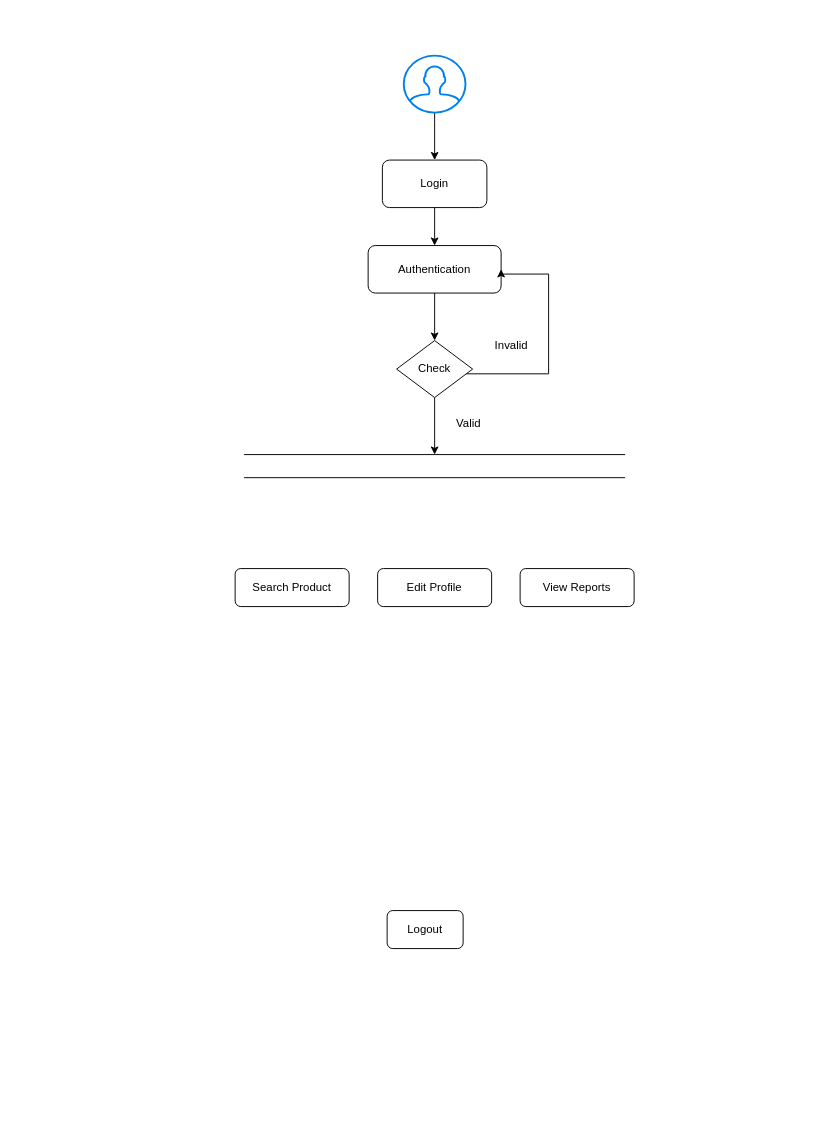
qosimjon123/example keeps this draw.io diagram as Диаграмма без названия.drawio. Above is the earlier version. Source tidied: cells renumbered, new cells numbered last; positions are measured from the earlier drawing's top-left corner, leaving out a move shared by most shapes. Both pictures are drawn from the tidied source at 95%, with x=0, y=0 at pixel (235, 55).
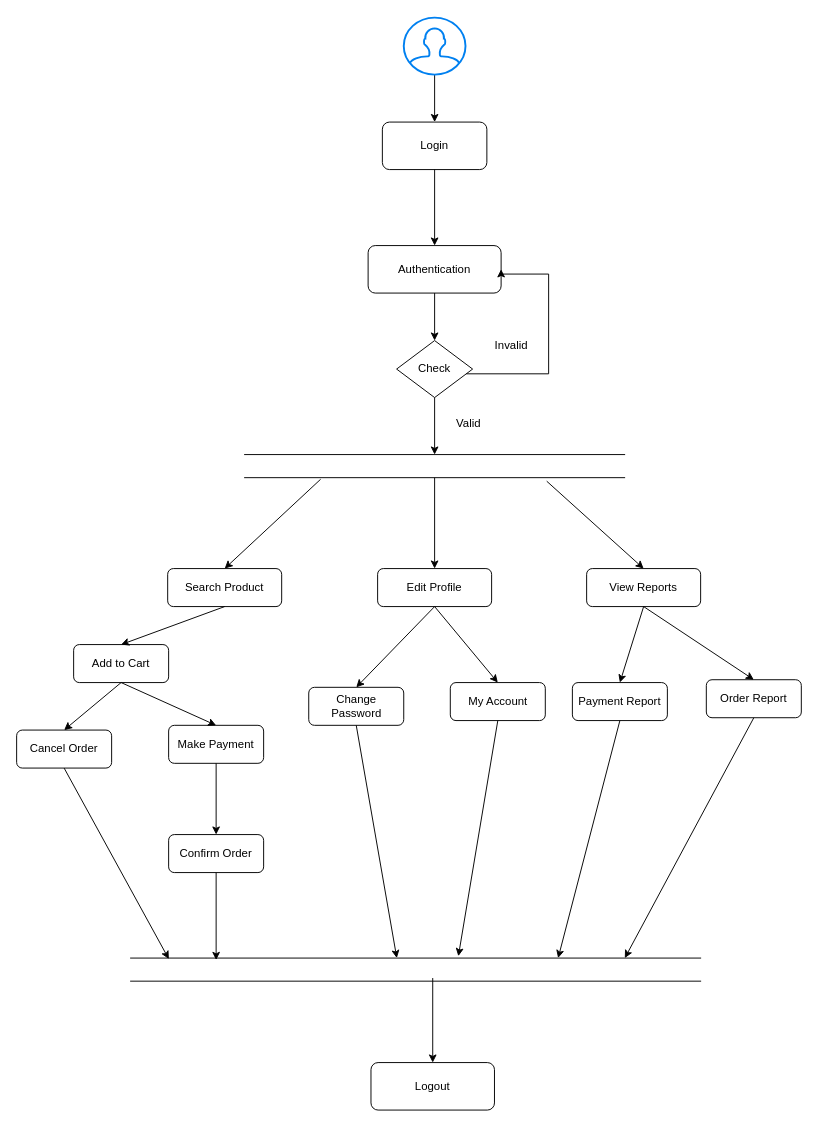
After the change.

The change refers to these unchanged cells:
```xml
<mxCell id="3" value="Authentication" style="rounded=1;whiteSpace=wrap;fillColor=#FFFFFF;strokeColor=#000000;" parent="1" vertex="1">
  <mxGeometry x="140" y="200" width="140" height="50" as="geometry" />
</mxCell>
<mxCell id="5" value="Check" style="rhombus;whiteSpace=wrap;fillColor=#FFFFFF;strokeColor=#000000;" parent="1" vertex="1">
  <mxGeometry x="170" y="300" width="80" height="60" as="geometry" />
</mxCell>
<mxCell id="7" value="Edit Profile" style="rounded=1;whiteSpace=wrap;fillColor=#FFFFFF;strokeColor=#000000;" parent="1" vertex="1">
  <mxGeometry x="150" y="540" width="120" height="40" as="geometry" />
</mxCell>
<mxCell id="19" style="shape=partialRectangle;whiteSpace=wrap;html=1;left=0;right=0;fillColor=none;" parent="1" vertex="1">
  <mxGeometry x="10" y="420" width="400" height="24.3" as="geometry" />
</mxCell>
```

The edit, as a diff of the source:
```diff
@@
     <mxCell id="2" value="Login" style="rounded=1;whiteSpace=wrap;fillColor=#FFFFFF;strokeColor=#000000;" parent="1" vertex="1">
-      <mxGeometry x="155" y="110" width="110" height="50" as="geometry" />
+      <mxGeometry x="155" y="70" width="110" height="50" as="geometry" />
     </mxCell>
@@
-    <mxCell id="4" style="edgeStyle=orthogonalEdgeStyle;rounded=0;jettySize=auto;html=1;exitX=0.5;exitY=1;exitDx=0;exitDy=0;entryX=0.5;entryY=0;entryDx=0;entryDy=0;" parent="1" edge="1" source="5" target="19">
-      <mxGeometry relative="1" as="geometry" />
-    </mxCell>
@@
-    <mxCell id="6" value="Search Product" style="rounded=1;whiteSpace=wrap;fillColor=#FFFFFF;strokeColor=#000000;" parent="1" vertex="1">
-      <mxGeometry y="540" width="120" height="40" as="geometry" />
+    <mxCell id="6" value="Search Product" style="rounded=1;whiteSpace=wrap;fillColor=#FFFFFF;strokeColor=#000000;rotation=0;glass=0;" parent="1" vertex="1">
+      <mxGeometry x="-71" y="540" width="120" height="40" as="geometry" />
     </mxCell>
@@
     <mxCell id="8" value="View Reports" style="rounded=1;whiteSpace=wrap;fillColor=#FFFFFF;strokeColor=#000000;" parent="1" vertex="1">
-      <mxGeometry x="300" y="540" width="120" height="40" as="geometry" />
+      <mxGeometry x="370" y="540" width="120" height="40" as="geometry" />
     </mxCell>
     <mxCell id="9" value="Logout" style="rounded=1;whiteSpace=wrap;fillColor=#FFFFFF;strokeColor=#000000;" parent="1" vertex="1">
-      <mxGeometry x="160" y="900" width="80" height="40" as="geometry" />
+      <mxGeometry x="143" y="1060" width="130" height="50" as="geometry" />
     </mxCell>
-    <mxCell id="10" parent="1" edge="1" source="2" target="3">
-      <mxGeometry relative="1" as="geometry" />
-    </mxCell>
-    <mxCell id="11" parent="1" edge="1" source="3" target="5">
-      <mxGeometry relative="1" as="geometry" />
-    </mxCell>
@@
     <mxCell id="13" style="html=1;verticalLabelPosition=bottom;align=center;labelBackgroundColor=#ffffff;verticalAlign=top;strokeWidth=2;strokeColor=#0080F0;shadow=0;dashed=0;shape=mxgraph.ios7.icons.user;" parent="1" vertex="1">
-      <mxGeometry x="177.5" width="65" height="60" as="geometry" />
+      <mxGeometry x="177.5" y="-40" width="65" height="60" as="geometry" />
     </mxCell>
@@
     <mxCell id="17" style="edgeStyle=orthogonalEdgeStyle;rounded=0;orthogonalLoop=1;jettySize=auto;html=1;entryX=1;entryY=0.5;entryDx=0;entryDy=0;" parent="1" edge="1">
       <mxGeometry relative="1" as="geometry">
         <Array as="points">
-          <mxPoint x="280" y="415" />
-          <mxPoint x="280" y="360" />
+          <mxPoint x="280" y="375" />
+          <mxPoint x="280" y="320" />
         </Array>
       </mxGeometry>
     </mxCell>
@@
+    <mxCell id="20" style="endArrow=classic;html=1;rounded=0;exitX=0.2;exitY=1.07;exitDx=0;exitDy=0;exitPerimeter=0;entryX=0.5;entryY=0;entryDx=0;entryDy=0;" parent="1" edge="1" source="19" target="6">
+      <mxGeometry relative="1" as="geometry" />
+    </mxCell>
+    <mxCell id="21" style="endArrow=classic;html=1;rounded=0;exitX=0.5;exitY=1;exitDx=0;exitDy=0;entryX=0.5;entryY=0;entryDx=0;entryDy=0;" parent="1" edge="1" source="19" target="7">
+      <mxGeometry relative="1" as="geometry" />
+    </mxCell>
+    <mxCell id="22" style="endArrow=classic;html=1;rounded=0;exitX=0.795;exitY=1.153;exitDx=0;exitDy=0;entryX=0.5;entryY=0;entryDx=0;entryDy=0;exitPerimeter=0;" parent="1" edge="1" source="19" target="8">
+      <mxGeometry relative="1" as="geometry" />
+    </mxCell>
+    <mxCell id="4" style="endArrow=classic;html=1;rounded=0;exitX=0.5;exitY=1;exitDx=0;exitDy=0;entryX=0.5;entryY=0;entryDx=0;entryDy=0;" parent="1" edge="1" source="5" target="19">
+      <mxGeometry relative="1" as="geometry" />
+    </mxCell>
+    <mxCell id="11" style="endArrow=classic;html=1;rounded=0;exitX=0.5;exitY=1;exitDx=0;exitDy=0;entryX=0.5;entryY=0;entryDx=0;entryDy=0;" parent="1" edge="1" source="3" target="5">
+      <mxGeometry relative="1" as="geometry" />
+    </mxCell>
+    <mxCell id="10" style="endArrow=classic;html=1;rounded=0;exitX=0.5;exitY=1;exitDx=0;exitDy=0;entryX=0.5;entryY=0;entryDx=0;entryDy=0;" parent="1" edge="1" source="2" target="3">
+      <mxGeometry relative="1" as="geometry" />
+    </mxCell>
+    <mxCell id="23" value="Add to Cart" style="rounded=1;whiteSpace=wrap;fillColor=#FFFFFF;strokeColor=#000000;" parent="1" vertex="1">
+      <mxGeometry x="-170" y="620" width="100" height="40" as="geometry" />
+    </mxCell>
+    <mxCell id="24" value="Cancel Order" style="rounded=1;whiteSpace=wrap;fillColor=#FFFFFF;strokeColor=#000000;" parent="1" vertex="1">
+      <mxGeometry x="-230" y="710" width="100" height="40" as="geometry" />
+    </mxCell>
+    <mxCell id="25" value="Make Payment" style="rounded=1;whiteSpace=wrap;fillColor=#FFFFFF;strokeColor=#000000;" parent="1" vertex="1">
+      <mxGeometry x="-70" y="705" width="100" height="40" as="geometry" />
+    </mxCell>
+    <mxCell id="26" value="Confirm Order" style="rounded=1;whiteSpace=wrap;fillColor=#FFFFFF;strokeColor=#000000;" parent="1" vertex="1">
+      <mxGeometry x="-70" y="820" width="100" height="40" as="geometry" />
+    </mxCell>
+    <mxCell id="27" style="endArrow=classic;html=1;rounded=0;exitX=0.5;exitY=1;exitDx=0;exitDy=0;entryX=0.5;entryY=0;entryDx=0;entryDy=0;" parent="1" edge="1" source="6" target="23">
+      <mxGeometry relative="1" as="geometry" />
+    </mxCell>
+    <mxCell id="28" style="endArrow=classic;html=1;rounded=0;exitX=0.5;exitY=1;exitDx=0;exitDy=0;entryX=0.5;entryY=0;entryDx=0;entryDy=0;" parent="1" edge="1" source="23" target="24">
+      <mxGeometry relative="1" as="geometry" />
+    </mxCell>
+    <mxCell id="29" style="endArrow=classic;html=1;rounded=0;exitX=0.5;exitY=1;exitDx=0;exitDy=0;entryX=0.5;entryY=0;entryDx=0;entryDy=0;" parent="1" edge="1" source="23" target="25">
+      <mxGeometry relative="1" as="geometry" />
+    </mxCell>
+    <mxCell id="30" style="endArrow=classic;html=1;rounded=0;exitX=0.5;exitY=1;exitDx=0;exitDy=0;entryX=0.5;entryY=0;entryDx=0;entryDy=0;" parent="1" edge="1" source="25" target="26">
+      <mxGeometry relative="1" as="geometry" />
+    </mxCell>
+    <mxCell id="31" style="shape=partialRectangle;whiteSpace=wrap;html=1;left=0;right=0;fillColor=none;" parent="1" vertex="1">
+      <mxGeometry x="-110" y="950" width="600" height="24.3" as="geometry" />
+    </mxCell>
+    <mxCell id="32" style="endArrow=classic;html=1;rounded=0;exitX=0.5;exitY=1;exitDx=0;exitDy=0;entryX=0.067;entryY=0.041;entryDx=0;entryDy=0;entryPerimeter=0;" parent="1" edge="1" source="24" target="31">
+      <mxGeometry relative="1" as="geometry" />
+    </mxCell>
+    <mxCell id="33" style="endArrow=classic;html=1;rounded=0;exitX=0.5;exitY=1;exitDx=0;exitDy=0;entryX=0.15;entryY=0.082;entryDx=0;entryDy=0;entryPerimeter=0;" parent="1" edge="1" source="26" target="31">
+      <mxGeometry relative="1" as="geometry" />
+    </mxCell>
+    <mxCell id="34" style="endArrow=classic;html=1;rounded=0;exitX=0.53;exitY=0.865;exitDx=0;exitDy=0;exitPerimeter=0;entryX=0.5;entryY=0;entryDx=0;entryDy=0;" parent="1" edge="1" source="31" target="9">
+      <mxGeometry relative="1" as="geometry" />
+    </mxCell>
+    <mxCell id="35" value="Change Password" style="rounded=1;whiteSpace=wrap;fillColor=#FFFFFF;strokeColor=#000000;" parent="1" vertex="1">
+      <mxGeometry x="77.5" y="665" width="100" height="40" as="geometry" />
+    </mxCell>
+    <mxCell id="36" value="My Account" style="rounded=1;whiteSpace=wrap;fillColor=#FFFFFF;strokeColor=#000000;" parent="1" vertex="1">
+      <mxGeometry x="226.5" y="660" width="100" height="40" as="geometry" />
+    </mxCell>
+    <mxCell id="37" style="endArrow=classic;html=1;rounded=0;entryX=0.5;entryY=0;entryDx=0;entryDy=0;exitX=0.5;exitY=1;exitDx=0;exitDy=0;" parent="1" edge="1" source="7" target="35">
+      <mxGeometry relative="1" as="geometry" />
+    </mxCell>
+    <mxCell id="38" style="endArrow=classic;html=1;rounded=0;exitX=0.5;exitY=1;exitDx=0;exitDy=0;entryX=0.5;entryY=0;entryDx=0;entryDy=0;" parent="1" edge="1" source="7" target="36">
+      <mxGeometry relative="1" as="geometry" />
+    </mxCell>
+    <mxCell id="39" style="endArrow=classic;html=1;rounded=0;entryX=0.467;entryY=0;entryDx=0;entryDy=0;exitX=0.5;exitY=1;exitDx=0;exitDy=0;entryPerimeter=0;" parent="1" edge="1" source="35" target="31">
+      <mxGeometry relative="1" as="geometry" />
+    </mxCell>
+    <mxCell id="40" style="endArrow=classic;html=1;rounded=0;entryX=0.575;entryY=-0.082;entryDx=0;entryDy=0;exitX=0.5;exitY=1;exitDx=0;exitDy=0;entryPerimeter=0;" parent="1" edge="1" source="36" target="31">
+      <mxGeometry relative="1" as="geometry" />
+    </mxCell>
+    <mxCell id="41" value="Payment Report" style="rounded=1;whiteSpace=wrap;fillColor=#FFFFFF;strokeColor=#000000;" parent="1" vertex="1">
+      <mxGeometry x="355" y="660" width="100" height="40" as="geometry" />
+    </mxCell>
+    <mxCell id="42" value="Order Report" style="rounded=1;whiteSpace=wrap;fillColor=#FFFFFF;strokeColor=#000000;" parent="1" vertex="1">
+      <mxGeometry x="496" y="657" width="100" height="40" as="geometry" />
+    </mxCell>
+    <mxCell id="43" style="endArrow=classic;html=1;rounded=0;entryX=0.5;entryY=0;entryDx=0;entryDy=0;exitX=0.5;exitY=1;exitDx=0;exitDy=0;" parent="1" edge="1" source="8" target="41">
+      <mxGeometry relative="1" as="geometry" />
+    </mxCell>
+    <mxCell id="44" style="endArrow=classic;html=1;rounded=0;exitX=0.5;exitY=1;exitDx=0;exitDy=0;entryX=0.5;entryY=0;entryDx=0;entryDy=0;" parent="1" edge="1" source="8" target="42">
+      <mxGeometry relative="1" as="geometry" />
+    </mxCell>
+    <mxCell id="45" style="endArrow=classic;html=1;rounded=0;entryX=0.75;entryY=0;entryDx=0;entryDy=0;exitX=0.5;exitY=1;exitDx=0;exitDy=0;" parent="1" edge="1" source="41" target="31">
+      <mxGeometry relative="1" as="geometry" />
+    </mxCell>
+    <mxCell id="46" style="endArrow=classic;html=1;rounded=0;entryX=0.867;entryY=0;entryDx=0;entryDy=0;exitX=0.5;exitY=1;exitDx=0;exitDy=0;entryPerimeter=0;" parent="1" edge="1" source="42" target="31">
+      <mxGeometry relative="1" as="geometry" />
+    </mxCell>
```
